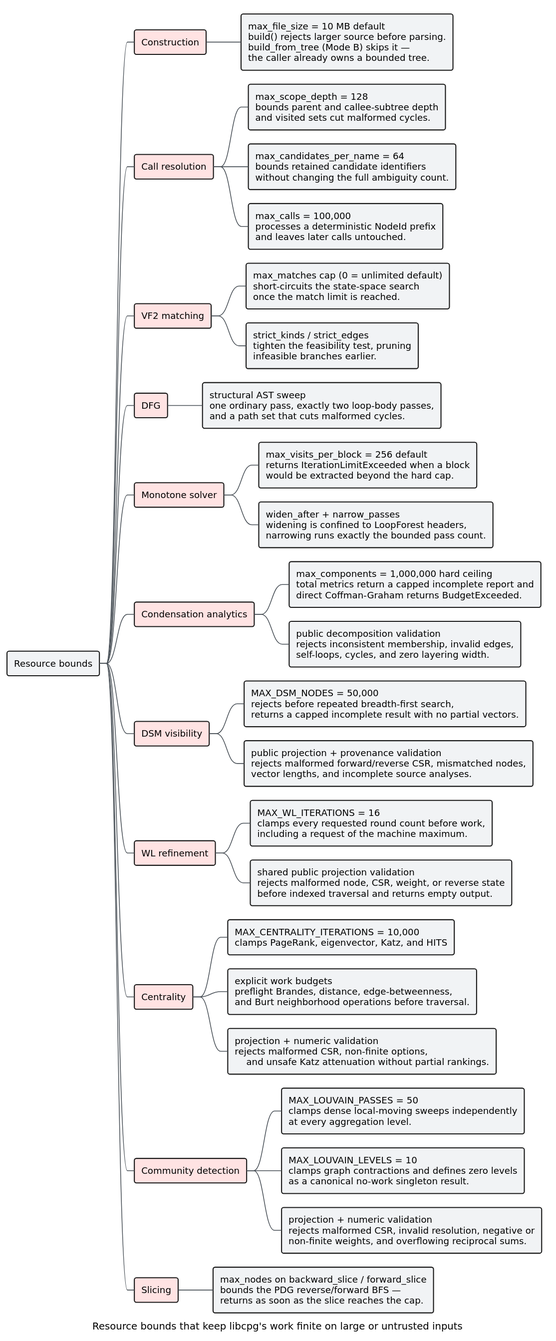
Earlier version of the PlantUML export docs/diagrams/resource-bounds.svg (vinary-tree/libcpg). Its source is kept beside it as docs/diagrams/resource-bounds.puml.
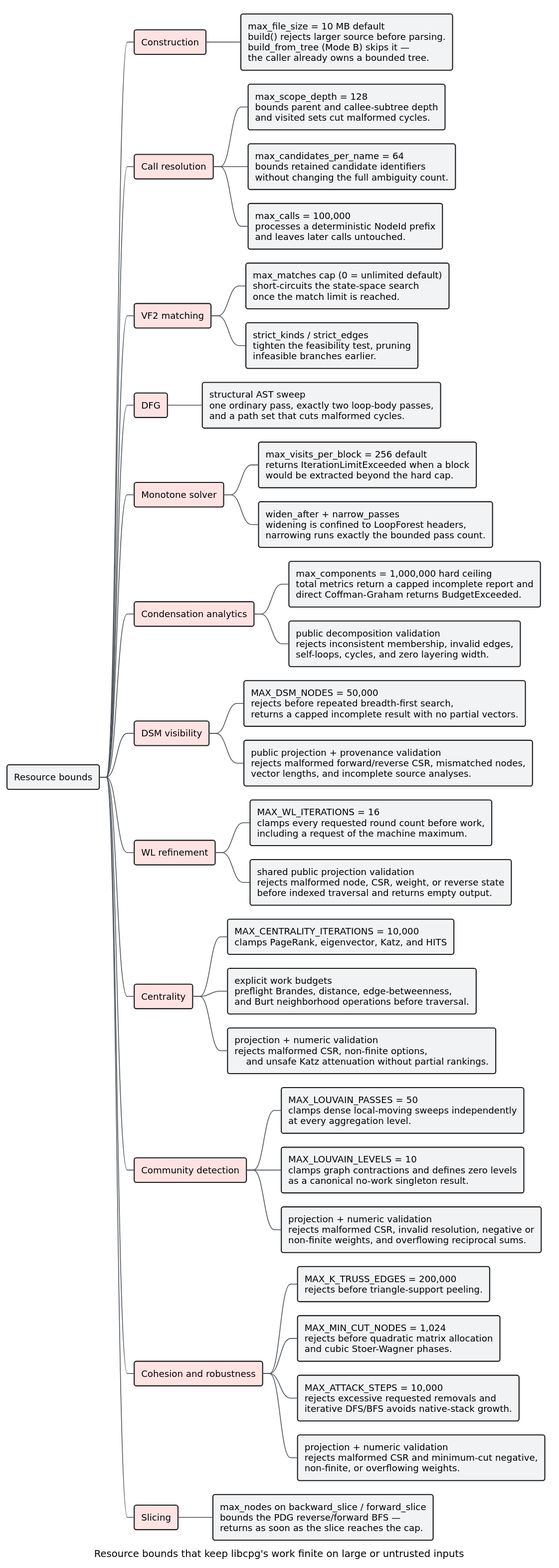
The same diagram one commit later.

What changed in the source:
```diff
@@ -76,6 +76,18 @@
 ***[#F1F3F5]:projection + numeric validation
 rejects malformed CSR, invalid resolution, negative or
 non-finite weights, and overflowing reciprocal sums.;
+**[#FFE3E3] Cohesion and robustness
+***[#F1F3F5]:MAX_K_TRUSS_EDGES = 200,000
+rejects before triangle-support peeling.;
+***[#F1F3F5]:MAX_MIN_CUT_NODES = 1,024
+rejects before quadratic matrix allocation
+and cubic Stoer-Wagner phases.;
+***[#F1F3F5]:MAX_ATTACK_STEPS = 10,000
+rejects excessive requested removals and
+iterative DFS/BFS avoids native-stack growth.;
+***[#F1F3F5]:projection + numeric validation
+rejects malformed CSR and minimum-cut negative,
+non-finite, or overflowing weights.;
 **[#FFE3E3] Slicing
 ***[#F1F3F5]:max_nodes on backward_slice / forward_slice
 bounds the PDG reverse/forward BFS —
```
